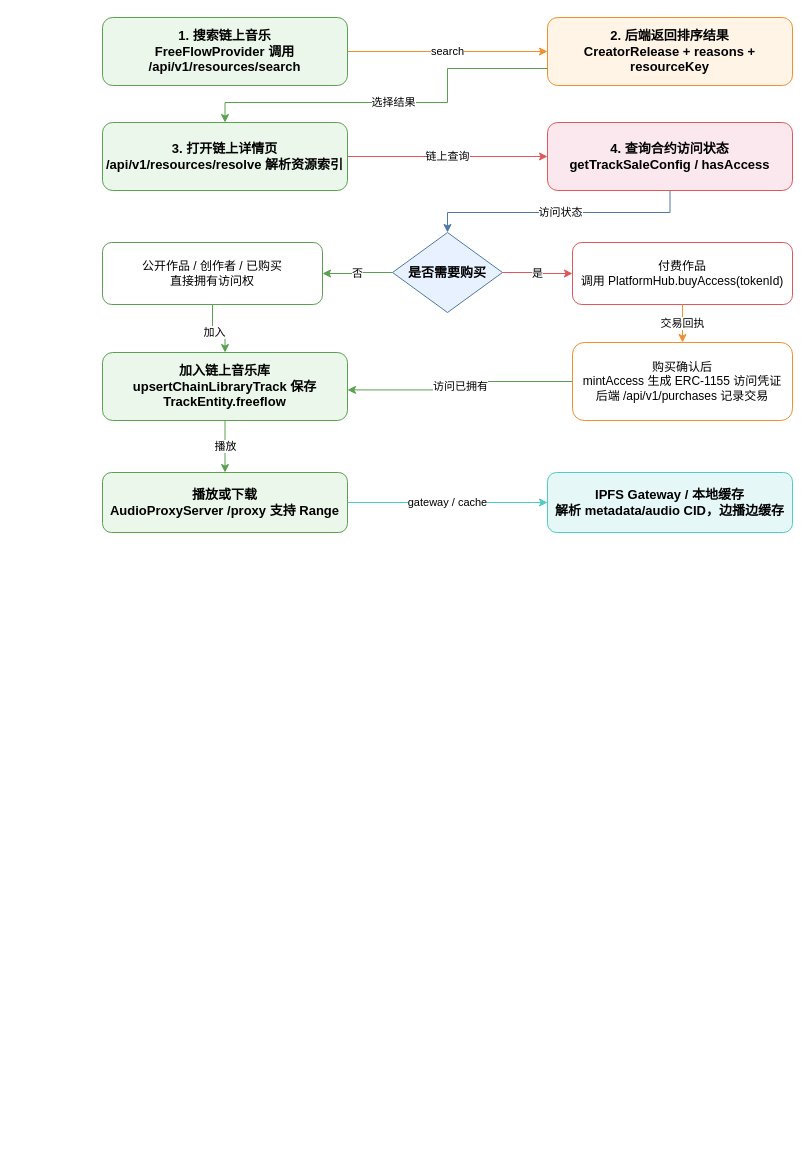
Before: papers/Latex-Mine/figures/purchase_playback_sequence.drawio in TinkerAC/FreeFlow, a draw.io diagram. Source tidied: cells renumbered, new cells numbered last; positions are measured from the earlier drawing's top-left corner, leaving out a move shared by most shapes. Both pictures are drawn from the tidied source at 100%, with x=0, y=0 at pixel (102, 17).
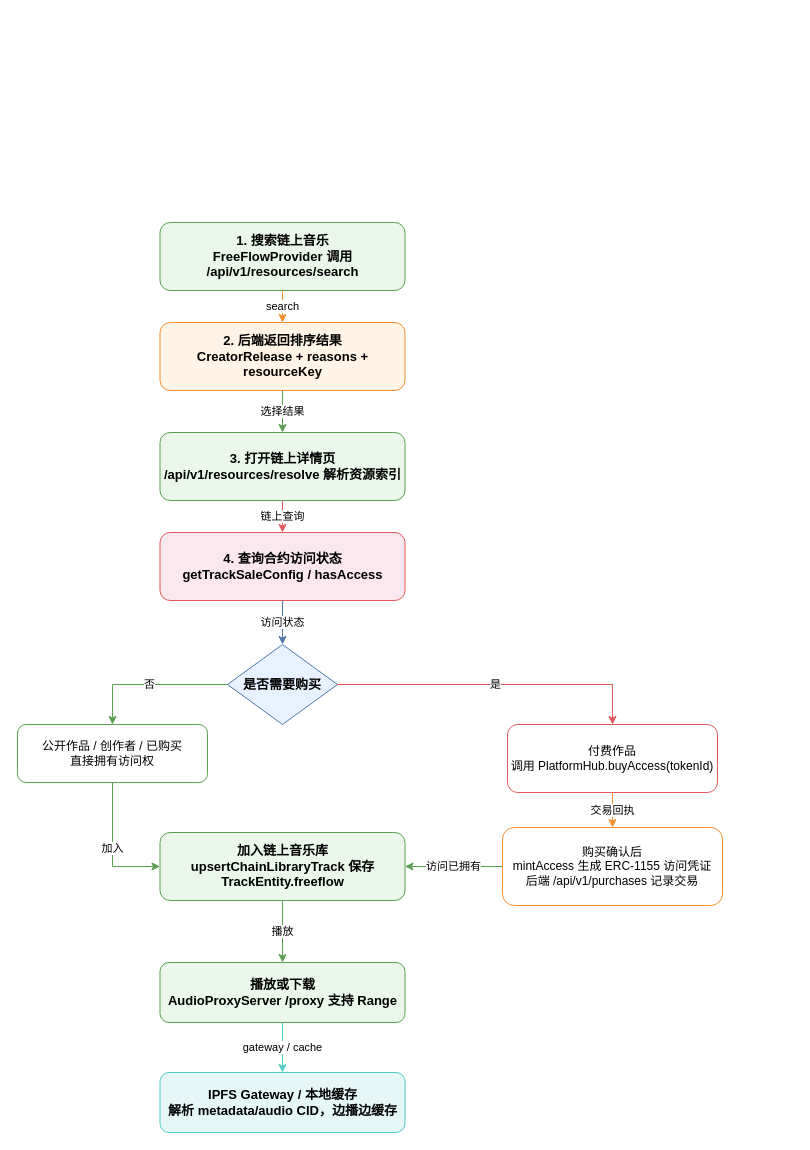
The same diagram, later.

The edit, as a diff of the source:
```diff
@@
     <mxCell id="2" value="1. 搜索链上音乐&#10;FreeFlowProvider 调用 /api/v1/resources/search" style="rounded=1;whiteSpace=wrap;html=1;fillColor=#EAF7EA;strokeColor=#59A14F;fontSize=13;fontStyle=1;" parent="1" vertex="1">
-      <mxGeometry width="245" height="68" as="geometry" />
+      <mxGeometry x="57.5" y="205" width="245" height="68" as="geometry" />
     </mxCell>
     <mxCell id="3" value="2. 后端返回排序结果&#10;CreatorRelease + reasons + resourceKey" style="rounded=1;whiteSpace=wrap;html=1;fillColor=#FFF4E6;strokeColor=#F28E2B;fontSize=13;fontStyle=1;" parent="1" vertex="1">
-      <mxGeometry x="445" width="245" height="68" as="geometry" />
+      <mxGeometry x="57.5" y="305" width="245" height="68" as="geometry" />
     </mxCell>
     <mxCell id="4" value="3. 打开链上详情页&#10;/api/v1/resources/resolve 解析资源索引" style="rounded=1;whiteSpace=wrap;html=1;fillColor=#EAF7EA;strokeColor=#59A14F;fontSize=13;fontStyle=1;" parent="1" vertex="1">
-      <mxGeometry y="105" width="245" height="68" as="geometry" />
+      <mxGeometry x="57.5" y="415" width="245" height="68" as="geometry" />
     </mxCell>
     <mxCell id="5" value="4. 查询合约访问状态&#10;getTrackSaleConfig / hasAccess" style="rounded=1;whiteSpace=wrap;html=1;fillColor=#FBE8EF;strokeColor=#E15759;fontSize=13;fontStyle=1;" parent="1" vertex="1">
-      <mxGeometry x="445" y="105" width="245" height="68" as="geometry" />
+      <mxGeometry x="57.5" y="515" width="245" height="68" as="geometry" />
     </mxCell>
     <mxCell id="6" value="是否需要购买" style="rhombus;whiteSpace=wrap;html=1;fillColor=#E8F1FF;strokeColor=#4E79A7;fontSize=13;fontStyle=1;" parent="1" vertex="1">
-      <mxGeometry x="290" y="215" width="110" height="80" as="geometry" />
+      <mxGeometry x="125" y="627" width="110" height="80" as="geometry" />
     </mxCell>
     <mxCell id="7" value="公开作品 / 创作者 / 已购买&#10;直接拥有访问权" style="rounded=1;whiteSpace=wrap;html=1;fillColor=#FFFFFF;strokeColor=#59A14F;fontSize=12;" parent="1" vertex="1">
-      <mxGeometry y="225" width="220" height="62" as="geometry" />
+      <mxGeometry x="-85" y="707" width="190" height="58" as="geometry" />
     </mxCell>
     <mxCell id="8" value="付费作品&#10;调用 PlatformHub.buyAccess(tokenId)" style="rounded=1;whiteSpace=wrap;html=1;fillColor=#FFFFFF;strokeColor=#E15759;fontSize=12;" parent="1" vertex="1">
-      <mxGeometry x="470" y="225" width="220" height="62" as="geometry" />
+      <mxGeometry x="405" y="707" width="210" height="68" as="geometry" />
     </mxCell>
     <mxCell id="9" value="购买确认后&#10;mintAccess 生成 ERC-1155 访问凭证&#10;后端 /api/v1/purchases 记录交易" style="rounded=1;whiteSpace=wrap;html=1;fillColor=#FFFFFF;strokeColor=#F28E2B;fontSize=12;" parent="1" vertex="1">
-      <mxGeometry x="470" y="325" width="220" height="78" as="geometry" />
+      <mxGeometry x="400" y="810" width="220" height="78" as="geometry" />
     </mxCell>
     <mxCell id="10" value="加入链上音乐库&#10;upsertChainLibraryTrack 保存 TrackEntity.freeflow" style="rounded=1;whiteSpace=wrap;html=1;fillColor=#EAF7EA;strokeColor=#59A14F;fontSize=13;fontStyle=1;" parent="1" vertex="1">
-      <mxGeometry y="335" width="245" height="68" as="geometry" />
+      <mxGeometry x="57.5" y="815" width="245" height="68" as="geometry" />
     </mxCell>
     <mxCell id="11" value="播放或下载&#10;AudioProxyServer /proxy 支持 Range" style="rounded=1;whiteSpace=wrap;html=1;fillColor=#EAF7EA;strokeColor=#59A14F;fontSize=13;fontStyle=1;" parent="1" vertex="1">
-      <mxGeometry y="455" width="245" height="60" as="geometry" />
+      <mxGeometry x="57.5" y="945" width="245" height="60" as="geometry" />
     </mxCell>
     <mxCell id="12" value="IPFS Gateway / 本地缓存&#10;解析 metadata/audio CID，边播边缓存" style="rounded=1;whiteSpace=wrap;html=1;fillColor=#E6F7F7;strokeColor=#4ECDC4;fontSize=13;fontStyle=1;" parent="1" vertex="1">
-      <mxGeometry x="445" y="455" width="245" height="60" as="geometry" />
+      <mxGeometry x="57.5" y="1055" width="245" height="60" as="geometry" />
     </mxCell>
-    <mxCell id="13" value="search" style="endArrow=classic;html=1;rounded=0;edgeStyle=orthogonalEdgeStyle;exitX=1;exitY=0.5;entryX=0;entryY=0.5;strokeColor=#F28E2B;fontSize=11;" parent="1" edge="1" source="2" target="3">
+    <mxCell id="13" value="search" style="endArrow=classic;html=1;rounded=0;edgeStyle=orthogonalEdgeStyle;exitX=0.5;exitY=1;entryX=0.5;entryY=0;strokeColor=#F28E2B;fontSize=11;orthogonal=1;exitDx=0;exitDy=0;entryDx=0;entryDy=0;" parent="1" edge="1" source="2" target="3">
       <mxGeometry relative="1" as="geometry" />
     </mxCell>
-    <mxCell id="14" value="选择结果" style="endArrow=classic;html=1;rounded=0;edgeStyle=orthogonalEdgeStyle;exitX=0;exitY=0.75;entryX=0.5;entryY=0;strokeColor=#59A14F;fontSize=11;" parent="1" edge="1" source="3" target="4">
-      <mxGeometry relative="1" as="geometry">
-        <Array as="points">
-          <mxPoint x="345" y="51" />
-          <mxPoint x="345" y="85" />
-          <mxPoint x="123" y="85" />
-        </Array>
-      </mxGeometry>
+    <mxCell id="14" value="选择结果" style="endArrow=classic;html=1;rounded=0;edgeStyle=orthogonalEdgeStyle;exitX=0.5;exitY=1;entryX=0.5;entryY=0;strokeColor=#59A14F;fontSize=11;orthogonal=1;exitDx=0;exitDy=0;" parent="1" edge="1" source="3" target="4">
+      <mxGeometry relative="1" as="geometry" />
     </mxCell>
-    <mxCell id="15" value="链上查询" style="endArrow=classic;html=1;rounded=0;edgeStyle=orthogonalEdgeStyle;exitX=1;exitY=0.5;entryX=0;entryY=0.5;strokeColor=#E15759;fontSize=11;" parent="1" edge="1" source="4" target="5">
+    <mxCell id="15" value="链上查询" style="endArrow=classic;html=1;rounded=0;edgeStyle=orthogonalEdgeStyle;exitX=0.5;exitY=1;entryX=0.5;entryY=0;strokeColor=#E15759;fontSize=11;orthogonal=1;exitDx=0;exitDy=0;entryDx=0;entryDy=0;" parent="1" edge="1" source="4" target="5">
       <mxGeometry relative="1" as="geometry" />
     </mxCell>
-    <mxCell id="16" value="访问状态" style="endArrow=classic;html=1;rounded=0;edgeStyle=orthogonalEdgeStyle;exitX=0.5;exitY=1;entryX=0.5;entryY=0;strokeColor=#4E79A7;fontSize=11;" parent="1" edge="1" source="5" target="6">
-      <mxGeometry relative="1" as="geometry">
-        <Array as="points">
-          <mxPoint x="568" y="195" />
-          <mxPoint x="345" y="195" />
-        </Array>
-      </mxGeometry>
+    <mxCell id="16" value="访问状态" style="endArrow=classic;html=1;rounded=0;edgeStyle=orthogonalEdgeStyle;exitX=0.5;exitY=1;entryX=0.5;entryY=0;strokeColor=#4E79A7;fontSize=11;orthogonal=1;" parent="1" edge="1" source="5" target="6">
+      <mxGeometry relative="1" as="geometry" />
     </mxCell>
-    <mxCell id="17" value="否" style="endArrow=classic;html=1;rounded=0;edgeStyle=orthogonalEdgeStyle;exitX=0;exitY=0.5;entryX=1;entryY=0.5;strokeColor=#59A14F;fontSize=11;" parent="1" edge="1" source="6" target="7">
+    <mxCell id="17" value="否" style="endArrow=classic;html=1;rounded=0;edgeStyle=orthogonalEdgeStyle;exitX=0;exitY=0.5;entryX=0.5;entryY=0;strokeColor=#59A14F;fontSize=11;orthogonal=1;entryDx=0;entryDy=0;" parent="1" edge="1" source="6" target="7">
       <mxGeometry relative="1" as="geometry" />
     </mxCell>
-    <mxCell id="18" value="是" style="endArrow=classic;html=1;rounded=0;edgeStyle=orthogonalEdgeStyle;exitX=1;exitY=0.5;entryX=0;entryY=0.5;strokeColor=#E15759;fontSize=11;" parent="1" edge="1" source="6" target="8">
+    <mxCell id="18" value="是" style="endArrow=classic;html=1;rounded=0;edgeStyle=orthogonalEdgeStyle;exitX=1;exitY=0.5;entryX=0.5;entryY=0;strokeColor=#E15759;fontSize=11;orthogonal=1;entryDx=0;entryDy=0;" parent="1" edge="1" source="6" target="8">
       <mxGeometry relative="1" as="geometry" />
     </mxCell>
-    <mxCell id="19" value="交易回执" style="endArrow=classic;html=1;rounded=0;edgeStyle=orthogonalEdgeStyle;exitX=0.5;exitY=1;entryX=0.5;entryY=0;strokeColor=#F28E2B;fontSize=11;" parent="1" edge="1" source="8" target="9">
+    <mxCell id="19" value="交易回执" style="endArrow=classic;html=1;rounded=0;edgeStyle=orthogonalEdgeStyle;exitX=0.5;exitY=1;entryX=0.5;entryY=0;strokeColor=#F28E2B;fontSize=11;orthogonal=1;entryDx=0;entryDy=0;" parent="1" edge="1" source="8" target="9">
       <mxGeometry relative="1" as="geometry" />
     </mxCell>
-    <mxCell id="20" value="访问已拥有" style="endArrow=classic;html=1;rounded=0;edgeStyle=orthogonalEdgeStyle;exitX=0;exitY=0.5;entryX=1;entryY=0.55;strokeColor=#59A14F;fontSize=11;" parent="1" edge="1" source="9" target="10">
+    <mxCell id="20" value="访问已拥有" style="endArrow=classic;html=1;rounded=0;edgeStyle=orthogonalEdgeStyle;exitX=0;exitY=0.5;entryX=1;entryY=0.5;strokeColor=#59A14F;fontSize=11;orthogonal=1;entryDx=0;entryDy=0;exitDx=0;exitDy=0;" parent="1" edge="1" source="9" target="10">
       <mxGeometry relative="1" as="geometry" />
     </mxCell>
-    <mxCell id="21" value="加入" style="endArrow=classic;html=1;rounded=0;edgeStyle=orthogonalEdgeStyle;exitX=0.5;exitY=1;entryX=0.5;entryY=0;strokeColor=#59A14F;fontSize=11;" parent="1" edge="1" source="7" target="10">
-      <mxGeometry relative="1" as="geometry">
-        <Array as="points">
-          <mxPoint x="110" y="315" />
-          <mxPoint x="123" y="315" />
-        </Array>
-      </mxGeometry>
+    <mxCell id="21" value="加入" style="endArrow=classic;html=1;rounded=0;edgeStyle=orthogonalEdgeStyle;exitX=0.5;exitY=1;entryX=0;entryY=0.5;strokeColor=#59A14F;fontSize=11;orthogonal=1;entryDx=0;entryDy=0;" parent="1" edge="1" source="7" target="10">
+      <mxGeometry relative="1" as="geometry" />
     </mxCell>
-    <mxCell id="22" value="播放" style="endArrow=classic;html=1;rounded=0;edgeStyle=orthogonalEdgeStyle;exitX=0.5;exitY=1;entryX=0.5;entryY=0;strokeColor=#59A14F;fontSize=11;" parent="1" edge="1" source="10" target="11">
+    <mxCell id="22" value="播放" style="endArrow=classic;html=1;rounded=0;edgeStyle=orthogonalEdgeStyle;exitX=0.5;exitY=1;entryX=0.5;entryY=0;strokeColor=#59A14F;fontSize=11;orthogonal=1;" parent="1" edge="1" source="10" target="11">
       <mxGeometry relative="1" as="geometry" />
     </mxCell>
-    <mxCell id="23" value="gateway / cache" style="endArrow=classic;html=1;rounded=0;edgeStyle=orthogonalEdgeStyle;exitX=1;exitY=0.5;entryX=0;entryY=0.5;strokeColor=#4ECDC4;fontSize=11;" parent="1" edge="1" source="11" target="12">
+    <mxCell id="23" value="gateway / cache" style="endArrow=classic;html=1;rounded=0;edgeStyle=orthogonalEdgeStyle;exitX=0.5;exitY=1;strokeColor=#4ECDC4;fontSize=11;orthogonal=1;exitDx=0;exitDy=0;" parent="1" edge="1" source="11" target="12">
       <mxGeometry relative="1" as="geometry" />
     </mxCell>
```
